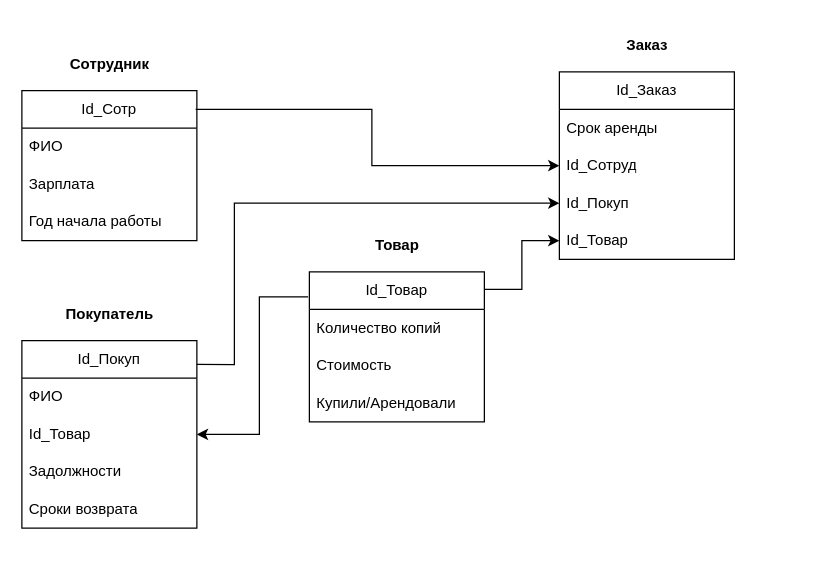
SpaleRud/OPDiagrams keeps this draw.io diagram as IDEF1.drawio. Above is the earlier version. Source tidied: cells renumbered, new cells numbered last; positions are measured from the earlier drawing's top-left corner, leaving out a move shared by most shapes. Both pictures are drawn from the tidied source at 125%, with x=0, y=0 at pixel (21, 21).
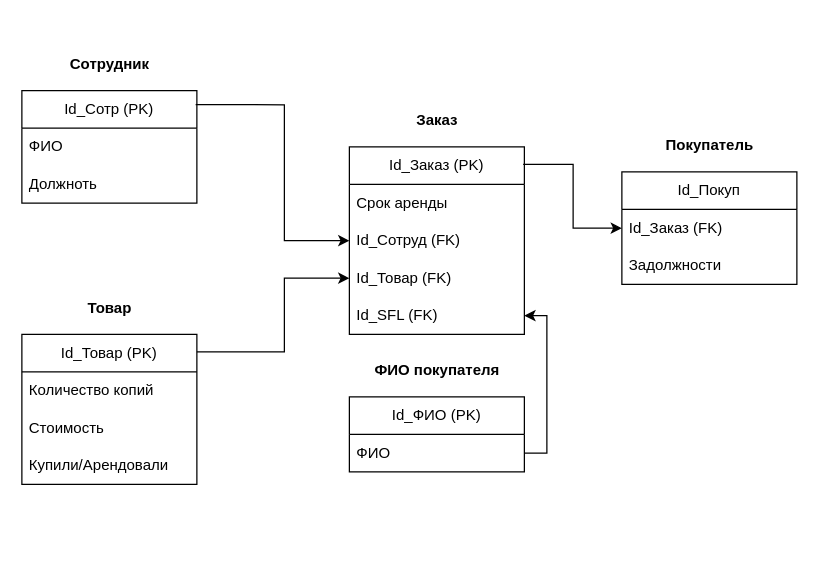
The same page after the edit.

Unchanged cells that the change refers to:
```xml
<mxCell id="2" style="group;" parent="1" vertex="1">
  <mxGeometry y="15" width="140" height="160" as="geometry" />
</mxCell>
```

Change to the diagram source:
```diff
@@
-    <mxCell id="3" value="Id_Сотр" style="swimlane;fontStyle=0;horizontal=1;startSize=30;whiteSpace=wrap;html=1;" parent="2" vertex="1">
-      <mxGeometry y="40" width="140" height="120" as="geometry" />
+    <mxCell id="3" value="Id_Сотр (PK)" style="swimlane;fontStyle=0;horizontal=1;startSize=30;whiteSpace=wrap;html=1;" parent="2" vertex="1">
+      <mxGeometry y="40" width="140" height="90" as="geometry" />
     </mxCell>
@@
-    <mxCell id="5" value="Зарплата" style="text;strokeColor=none;fillColor=none;align=left;verticalAlign=middle;spacingLeft=4;spacingRight=4;overflow=hidden;whiteSpace=wrap;html=1;" parent="3" vertex="1">
+    <mxCell id="5" value="Должноть" style="text;strokeColor=none;fillColor=none;align=left;verticalAlign=middle;spacingLeft=4;spacingRight=4;overflow=hidden;whiteSpace=wrap;html=1;" parent="3" vertex="1">
       <mxGeometry y="60" width="140" height="30" as="geometry" />
     </mxCell>
-    <mxCell id="6" value="Год начала работы" style="text;strokeColor=none;fillColor=none;align=left;verticalAlign=middle;spacingLeft=4;spacingRight=4;overflow=hidden;whiteSpace=wrap;html=1;" parent="3" vertex="1">
-      <mxGeometry y="90" width="140" height="30" as="geometry" />
-    </mxCell>
@@
     <mxCell id="8" style="group;" parent="1" vertex="1">
-      <mxGeometry x="230" y="160" width="140" height="160" as="geometry" />
+      <mxGeometry y="210" width="140" height="160" as="geometry" />
     </mxCell>
-    <mxCell id="9" value="Id_Товар" style="swimlane;fontStyle=0;horizontal=1;startSize=30;whiteSpace=wrap;html=1;" parent="8" vertex="1">
+    <mxCell id="9" value="Id_Товар (PK)" style="swimlane;fontStyle=0;horizontal=1;startSize=30;whiteSpace=wrap;html=1;" parent="8" vertex="1">
       <mxGeometry y="40" width="140" height="120" as="geometry" />
     </mxCell>
@@
     <mxCell id="14" style="group;" parent="1" vertex="1">
-      <mxGeometry y="215" width="140" height="160" as="geometry" />
+      <mxGeometry x="480" y="80" width="140" height="160" as="geometry" />
     </mxCell>
     <mxCell id="15" value="Id_Покуп" style="swimlane;fontStyle=0;horizontal=1;startSize=30;whiteSpace=wrap;html=1;" parent="14" vertex="1">
-      <mxGeometry y="40" width="140" height="150" as="geometry" />
+      <mxGeometry y="40" width="140" height="90" as="geometry" />
     </mxCell>
-    <mxCell id="16" value="ФИО" style="text;strokeColor=none;fillColor=none;align=left;verticalAlign=middle;spacingLeft=4;spacingRight=4;overflow=hidden;points=[[0,0.5],[1,0.5]];portConstraint=eastwest;whiteSpace=wrap;html=1;" parent="15" vertex="1">
-      <mxGeometry y="30" width="140" height="30" as="geometry" />
-    </mxCell>
-    <mxCell id="17" value="Id_Товар" style="text;strokeColor=none;fillColor=none;align=left;verticalAlign=middle;spacingLeft=4;spacingRight=4;overflow=hidden;points=[[0,0.5],[1,0.5]];portConstraint=eastwest;whiteSpace=wrap;html=1;" parent="15" vertex="1">
-      <mxGeometry y="60" width="140" height="30" as="geometry" />
+    <mxCell id="17" value="Id_Заказ (FK)" style="text;strokeColor=none;fillColor=none;align=left;verticalAlign=middle;spacingLeft=4;spacingRight=4;overflow=hidden;points=[[0,0.5],[1,0.5]];portConstraint=eastwest;whiteSpace=wrap;html=1;" parent="15" vertex="1">
+      <mxGeometry y="30" width="140" height="30" as="geometry" />
     </mxCell>
     <mxCell id="18" value="Задолжности" style="text;strokeColor=none;fillColor=none;align=left;verticalAlign=middle;spacingLeft=4;spacingRight=4;overflow=hidden;whiteSpace=wrap;html=1;" parent="15" vertex="1">
-      <mxGeometry y="90" width="140" height="30" as="geometry" />
+      <mxGeometry y="60" width="140" height="30" as="geometry" />
     </mxCell>
-    <mxCell id="19" value="Сроки возврата" style="text;strokeColor=none;fillColor=none;align=left;verticalAlign=middle;spacingLeft=4;spacingRight=4;overflow=hidden;whiteSpace=wrap;html=1;" parent="15" vertex="1">
-      <mxGeometry y="120" width="140" height="30" as="geometry" />
-    </mxCell>
@@
     <mxCell id="21" style="group;" parent="1" vertex="1">
-      <mxGeometry x="430" width="140" height="160" as="geometry" />
+      <mxGeometry x="262" y="60" width="140" height="160" as="geometry" />
     </mxCell>
-    <mxCell id="22" value="Id_Заказ" style="swimlane;fontStyle=0;horizontal=1;startSize=30;whiteSpace=wrap;html=1;" parent="21" vertex="1">
+    <mxCell id="22" value="Id_Заказ (PK)" style="swimlane;fontStyle=0;horizontal=1;startSize=30;whiteSpace=wrap;html=1;" parent="21" vertex="1">
       <mxGeometry y="40" width="140" height="150" as="geometry" />
     </mxCell>
@@
-    <mxCell id="24" value="Id_Сотруд" style="text;strokeColor=none;fillColor=none;align=left;verticalAlign=middle;spacingLeft=4;spacingRight=4;overflow=hidden;points=[[0,0.5],[1,0.5]];portConstraint=eastwest;whiteSpace=wrap;html=1;" parent="22" vertex="1">
+    <mxCell id="24" value="Id_Сотруд (FK)" style="text;strokeColor=none;fillColor=none;align=left;verticalAlign=middle;spacingLeft=4;spacingRight=4;overflow=hidden;points=[[0,0.5],[1,0.5]];portConstraint=eastwest;whiteSpace=wrap;html=1;" parent="22" vertex="1">
       <mxGeometry y="60" width="140" height="30" as="geometry" />
     </mxCell>
-    <mxCell id="25" value="Id_Покуп" style="text;strokeColor=none;fillColor=none;align=left;verticalAlign=middle;spacingLeft=4;spacingRight=4;overflow=hidden;points=[[0,0.5],[1,0.5]];portConstraint=eastwest;whiteSpace=wrap;html=1;" parent="22" vertex="1">
-      <mxGeometry y="90" width="140" height="30" as="geometry" />
-    </mxCell>
-    <mxCell id="26" value="Id_Товар" style="text;strokeColor=none;fillColor=none;align=left;verticalAlign=middle;spacingLeft=4;spacingRight=4;overflow=hidden;points=[[0,0.5],[1,0.5]];portConstraint=eastwest;whiteSpace=wrap;html=1;" parent="22" vertex="1">
-      <mxGeometry y="120" width="140" height="30" as="geometry" />
+    <mxCell id="26" value="Id_Товар (FK)" style="text;strokeColor=none;fillColor=none;align=left;verticalAlign=middle;spacingLeft=4;spacingRight=4;overflow=hidden;points=[[0,0.5],[1,0.5]];portConstraint=eastwest;whiteSpace=wrap;html=1;" parent="22" vertex="1">
+      <mxGeometry y="90" width="140" height="30" as="geometry" />
     </mxCell>
+    <mxCell id="32" value="Id_SFL (FK)" style="text;strokeColor=none;fillColor=none;align=left;verticalAlign=middle;spacingLeft=4;spacingRight=4;overflow=hidden;points=[[0,0.5],[1,0.5]];portConstraint=eastwest;whiteSpace=wrap;html=1;" parent="22" vertex="1">
+      <mxGeometry y="120" width="140" height="30" as="geometry" />
+    </mxCell>
@@
     <mxCell id="28" style="edgeStyle=orthogonalEdgeStyle;rounded=0;jettySize=auto;html=1;entryX=0;entryY=0.5;entryDx=0;entryDy=0;exitX=0.993;exitY=0.125;exitDx=0;exitDy=0;exitPerimeter=0;" parent="1" edge="1" source="3" target="24">
       <mxGeometry relative="1" as="geometry">
         <Array as="points">
-          <mxPoint x="280" y="70" />
-          <mxPoint x="280" y="115" />
+          <mxPoint x="210" y="66" />
+          <mxPoint x="210" y="175" />
         </Array>
       </mxGeometry>
     </mxCell>
     <mxCell id="29" style="edgeStyle=orthogonalEdgeStyle;rounded=0;jettySize=auto;html=1;entryX=0;entryY=0.5;entryDx=0;entryDy=0;exitX=1;exitY=0.117;exitDx=0;exitDy=0;exitPerimeter=0;" parent="1" edge="1" source="9" target="26">
       <mxGeometry relative="1" as="geometry">
         <Array as="points">
-          <mxPoint x="400" y="214" />
-          <mxPoint x="400" y="175" />
+          <mxPoint x="210" y="264" />
+          <mxPoint x="210" y="205" />
         </Array>
       </mxGeometry>
     </mxCell>
-    <mxCell id="30" style="edgeStyle=orthogonalEdgeStyle;rounded=0;jettySize=auto;html=1;entryX=0;entryY=0.5;entryDx=0;entryDy=0;exitX=1;exitY=0.127;exitDx=0;exitDy=0;exitPerimeter=0;" parent="1" edge="1" source="15" target="25">
-      <mxGeometry relative="1" as="geometry">
-        <Array as="points">
-          <mxPoint x="170" y="274" />
-          <mxPoint x="170" y="145" />
-        </Array>
-      </mxGeometry>
-    </mxCell>
-    <mxCell id="31" style="edgeStyle=orthogonalEdgeStyle;rounded=0;jettySize=auto;html=1;entryX=1;entryY=0.5;entryDx=0;entryDy=0;exitX=-0.007;exitY=0.167;exitDx=0;exitDy=0;exitPerimeter=0;" parent="1" edge="1" source="9" target="17">
-      <mxGeometry relative="1" as="geometry">
-        <Array as="points">
-          <mxPoint x="190" y="220" />
-          <mxPoint x="190" y="330" />
-        </Array>
-      </mxGeometry>
-    </mxCell>
+    <mxCell id="33" style="endArrow=classic;html=1;rounded=0;exitX=0.993;exitY=0.093;exitDx=0;exitDy=0;exitPerimeter=0;entryX=0;entryY=0.5;entryDx=0;entryDy=0;edgeStyle=orthogonalEdgeStyle;" parent="1" edge="1" source="22" target="17">
+      <mxGeometry relative="1" as="geometry" />
+    </mxCell>
+    <mxCell id="34" style="group;" parent="1" vertex="1">
+      <mxGeometry x="262" y="260" width="140" height="160" as="geometry" />
+    </mxCell>
+    <mxCell id="35" value="Id_ФИО (PK)" style="swimlane;fontStyle=0;horizontal=1;startSize=30;whiteSpace=wrap;html=1;" parent="34" vertex="1">
+      <mxGeometry y="40" width="140" height="60" as="geometry" />
+    </mxCell>
+    <mxCell id="16" value="ФИО" style="text;strokeColor=none;fillColor=none;align=left;verticalAlign=middle;spacingLeft=4;spacingRight=4;overflow=hidden;points=[[0,0.5],[1,0.5]];portConstraint=eastwest;whiteSpace=wrap;html=1;" parent="35" vertex="1">
+      <mxGeometry y="30" width="140" height="30" as="geometry" />
+    </mxCell>
+    <mxCell id="36" value="&lt;span style=&quot;font-size: 12px;&quot;&gt;ФИО покупателя&lt;br&gt;&lt;/span&gt;" style="text;strokeColor=none;fillColor=none;html=1;fontSize=24;fontStyle=1;verticalAlign=middle;align=center;" parent="34" vertex="1">
+      <mxGeometry x="25" width="90" height="30" as="geometry" />
+    </mxCell>
+    <mxCell id="37" style="edgeStyle=orthogonalEdgeStyle;rounded=0;jettySize=auto;html=1;entryX=1;entryY=0.5;entryDx=0;entryDy=0;" parent="1" edge="1" source="16" target="32">
+      <mxGeometry relative="1" as="geometry">
+        <Array as="points">
+          <mxPoint x="420" y="345" />
+          <mxPoint x="420" y="235" />
+        </Array>
+      </mxGeometry>
+    </mxCell>
```
